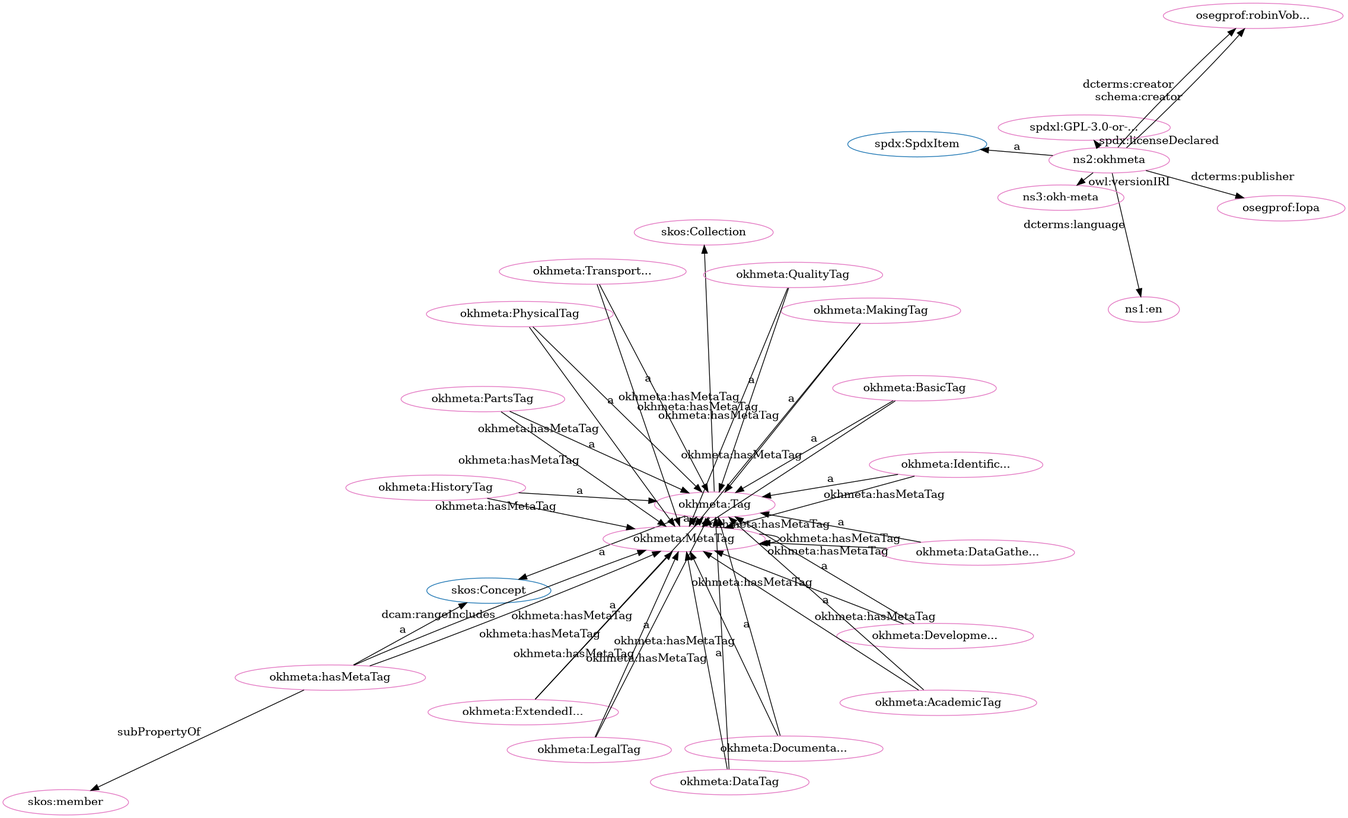
Above: src/spec/fdp_okh-meta-clean.png in iop-alliance/OpenKnowHow (Graphviz), before the change. Its source is kept beside it as src/spec/fdp_okh-meta-clean.dot.
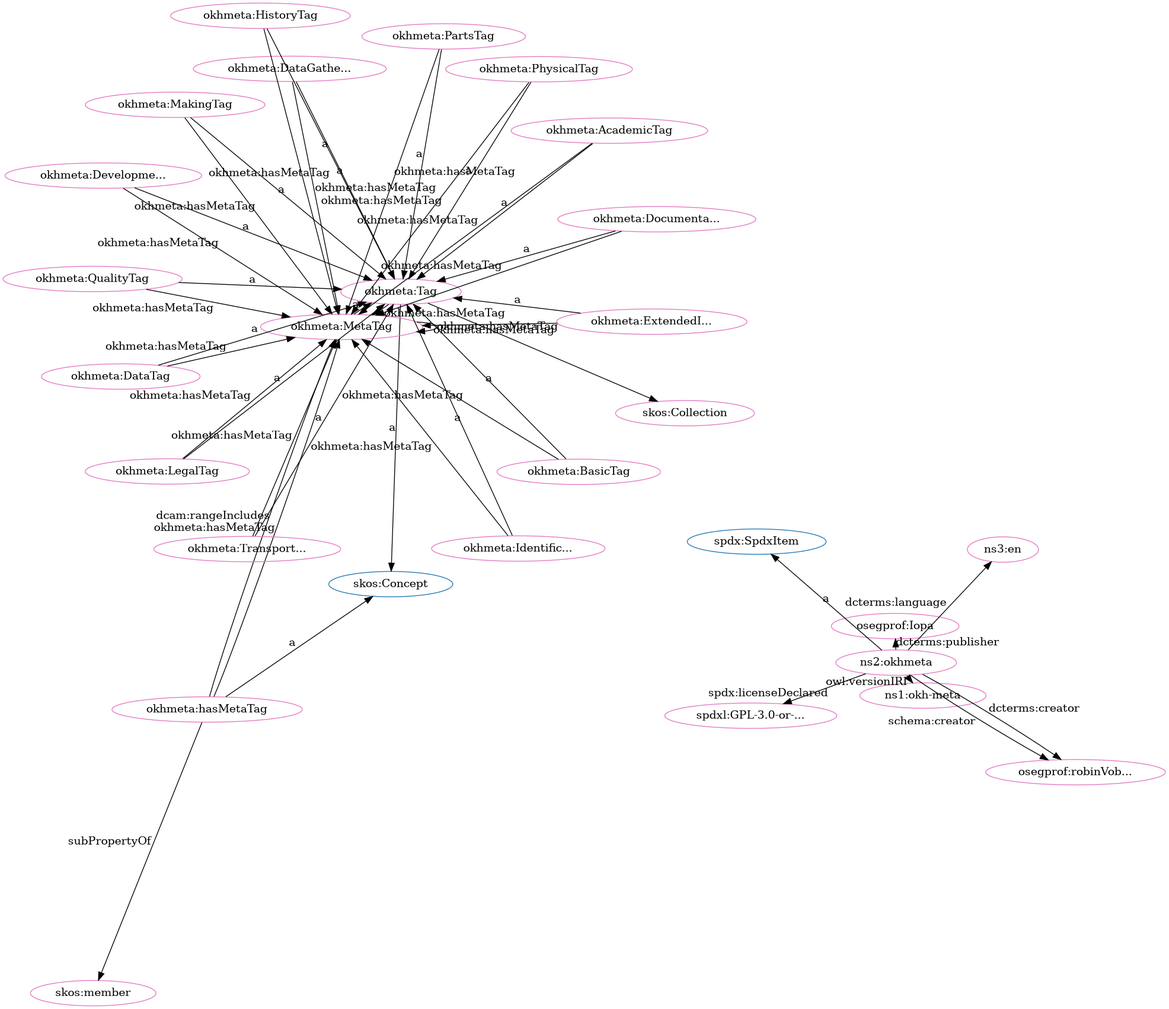
The same file after the commit.

The edit, as a diff of the source:
```diff
@@ -1,80 +1,80 @@
 digraph G {
   rankdir=BT
   node[height=.3]
+"http://spdx.org/rdf/terms#SpdxItem" [fillcolor="#1f77b4" color="#1f77b4" label="spdx:SpdxItem"]
 "http://www.w3.org/2004/02/skos/core#Concept" [fillcolor="#1f77b4" color="#1f77b4" label="skos:Concept"]
-"http://spdx.org/rdf/terms#SpdxItem" [fillcolor="#1f77b4" color="#1f77b4" label="spdx:SpdxItem"]
+"http://www.w3.org/2004/02/skos/core#Collection" [fillcolor="#1f77b4" color="#1f77b4" label="skos:Collection"]
 "http://w3id.org/oseg/ont/okhmeta#Tag" [fillcolor="#1f77b4" color="#1f77b4" label="okhmeta:Tag"]
-"http://www.w3.org/2004/02/skos/core#Collection" [fillcolor="#1f77b4" color="#1f77b4" label="skos:Collection"]
+"http://w3id.org/oseg/ont/okhmeta#MetaTag" [fillcolor="#e377c2" color="#e377c2" label="okhmeta:MetaTag"]
+"http://w3id.org/oseg/ont/okhmeta#MakingTag" [fillcolor="#e377c2" color="#e377c2" label="okhmeta:MakingTag"]
+"http://w3id.org/oseg/ont/okhmeta#DataGatheringTag" [fillcolor="#e377c2" color="#e377c2" label="okhmeta:DataGathe..."]
+"http://w3id.org/oseg/ont/okhmeta#Tag" [fillcolor="#e377c2" color="#e377c2" label="okhmeta:Tag"]
 "http://w3id.org/oseg/ont/okhmeta#IdentificationTag" [fillcolor="#e377c2" color="#e377c2" label="okhmeta:Identific..."]
-"http://w3id.org/oseg/ont/okhmeta#MetaTag" [fillcolor="#e377c2" color="#e377c2" label="okhmeta:MetaTag"]
+"http://w3id.org/oseg/ont/okhmeta#ExtendedInfoTag" [fillcolor="#e377c2" color="#e377c2" label="okhmeta:ExtendedI..."]
+"http://w3id.org/oseg/ont/okhmeta#LegalTag" [fillcolor="#e377c2" color="#e377c2" label="okhmeta:LegalTag"]
+"http://w3id.org/oseg/ont/okhmeta#hasMetaTag" [fillcolor="#e377c2" color="#e377c2" label="okhmeta:hasMetaTag"]
+"http://www.w3.org/2004/02/skos/core#member" [fillcolor="#e377c2" color="#e377c2" label="skos:member"]
+"http://www.w3.org/2004/02/skos/core#Collection" [fillcolor="#e377c2" color="#e377c2" label="skos:Collection"]
+"http://w3id.org/oseg/ont/oseg-profiles#robinVobruba" [fillcolor="#e377c2" color="#e377c2" label="osegprof:robinVob..."]
+"http://w3id.org/oseg/ont/okhmeta#DevelopmentTag" [fillcolor="#e377c2" color="#e377c2" label="okhmeta:Developme..."]
+"http://w3id.org/oseg/ont/okhmeta#AcademicTag" [fillcolor="#e377c2" color="#e377c2" label="okhmeta:AcademicTag"]
+"http://w3id.org/oseg/ont/1.1.0/okh-meta" [fillcolor="#e377c2" color="#e377c2" label="ns1:okh-meta"]
+"http://w3id.org/oseg/ont/oseg-profiles#Iopa" [fillcolor="#e377c2" color="#e377c2" label="osegprof:Iopa"]
 "http://w3id.org/oseg/ont/okhmeta#PhysicalTag" [fillcolor="#e377c2" color="#e377c2" label="okhmeta:PhysicalTag"]
-"http://w3id.org/oseg/ont/okhmeta#hasMetaTag" [fillcolor="#e377c2" color="#e377c2" label="okhmeta:hasMetaTag"]
-"http://w3id.org/oseg/ont/okhmeta#Tag" [fillcolor="#e377c2" color="#e377c2" label="okhmeta:Tag"]
+"http://w3id.org/oseg/ont/okhmeta" [fillcolor="#e377c2" color="#e377c2" label="ns2:okhmeta"]
+"http://w3id.org/oseg/ont/okhmeta#HistoryTag" [fillcolor="#e377c2" color="#e377c2" label="okhmeta:HistoryTag"]
+"http://w3id.org/oseg/ont/okhmeta#BasicTag" [fillcolor="#e377c2" color="#e377c2" label="okhmeta:BasicTag"]
 "http://w3id.org/oseg/ont/okhmeta#DocumentationTag" [fillcolor="#e377c2" color="#e377c2" label="okhmeta:Documenta..."]
-"http://w3id.org/oseg/ont/okhmeta#DevelopmentTag" [fillcolor="#e377c2" color="#e377c2" label="okhmeta:Developme..."]
-"http://www.w3.org/2004/02/skos/core#Collection" [fillcolor="#e377c2" color="#e377c2" label="skos:Collection"]
-"http://w3id.org/oseg/ont/okhmeta#AcademicTag" [fillcolor="#e377c2" color="#e377c2" label="okhmeta:AcademicTag"]
-"http://w3id.org/oseg/ont/okhmeta#DataGatheringTag" [fillcolor="#e377c2" color="#e377c2" label="okhmeta:DataGathe..."]
-"http://id.loc.gov/vocabulary/iso639-1/en" [fillcolor="#e377c2" color="#e377c2" label="ns1:en"]
+"http://id.loc.gov/vocabulary/iso639-1/en" [fillcolor="#e377c2" color="#e377c2" label="ns3:en"]
+"http://w3id.org/oseg/ont/okhmeta#QualityTag" [fillcolor="#e377c2" color="#e377c2" label="okhmeta:QualityTag"]
+"http://w3id.org/oseg/ont/okhmeta#DataTag" [fillcolor="#e377c2" color="#e377c2" label="okhmeta:DataTag"]
+"http://spdx.org/licenses/GPL-3.0-or-later" [fillcolor="#e377c2" color="#e377c2" label="spdxl:GPL-3.0-or-..."]
+"http://w3id.org/oseg/ont/okhmeta#TransportationTag" [fillcolor="#e377c2" color="#e377c2" label="okhmeta:Transport..."]
 "http://w3id.org/oseg/ont/okhmeta#PartsTag" [fillcolor="#e377c2" color="#e377c2" label="okhmeta:PartsTag"]
-"http://w3id.org/oseg/ont/okhmeta" [fillcolor="#e377c2" color="#e377c2" label="ns2:okhmeta"]
-"http://w3id.org/oseg/ont/okhmeta#MakingTag" [fillcolor="#e377c2" color="#e377c2" label="okhmeta:MakingTag"]
-"http://spdx.org/licenses/GPL-3.0-or-later" [fillcolor="#e377c2" color="#e377c2" label="spdxl:GPL-3.0-or-..."]
-"http://w3id.org/oseg/ont/okhmeta#BasicTag" [fillcolor="#e377c2" color="#e377c2" label="okhmeta:BasicTag"]
-"http://w3id.org/oseg/ont/okhmeta#QualityTag" [fillcolor="#e377c2" color="#e377c2" label="okhmeta:QualityTag"]
-"http://w3id.org/oseg/ont/okhmeta#ExtendedInfoTag" [fillcolor="#e377c2" color="#e377c2" label="okhmeta:ExtendedI..."]
-"http://w3id.org/oseg/ont/okhmeta#DataTag" [fillcolor="#e377c2" color="#e377c2" label="okhmeta:DataTag"]
-"http://w3id.org/oseg/ont/oseg-profiles#Iopa" [fillcolor="#e377c2" color="#e377c2" label="osegprof:Iopa"]
-"http://w3id.org/oseg/ont/okhmeta#HistoryTag" [fillcolor="#e377c2" color="#e377c2" label="okhmeta:HistoryTag"]
-"http://w3id.org/oseg/ont/okhmeta#LegalTag" [fillcolor="#e377c2" color="#e377c2" label="okhmeta:LegalTag"]
-"http://w3id.org/oseg/ont/okhmeta#TransportationTag" [fillcolor="#e377c2" color="#e377c2" label="okhmeta:Transport..."]
-"http://w3id.org/oseg/ont/oseg-profiles#robinVobruba" [fillcolor="#e377c2" color="#e377c2" label="osegprof:robinVob..."]
-"http://www.w3.org/2004/02/skos/core#member" [fillcolor="#e377c2" color="#e377c2" label="skos:member"]
-"http://w3id.org/oseg/ont/1.1.0/okh-meta" [fillcolor="#e377c2" color="#e377c2" label="ns3:okh-meta"]
+  "http://w3id.org/oseg/ont/okhmeta#MakingTag" -> "http://w3id.org/oseg/ont/okhmeta#Tag" [label="a"]
+  "http://w3id.org/oseg/ont/okhmeta#DataGatheringTag" -> "http://w3id.org/oseg/ont/okhmeta#Tag" [label="a"]
+  "http://w3id.org/oseg/ont/okhmeta#Tag" -> "http://www.w3.org/2004/02/skos/core#Concept" [label="a"]
+  "http://w3id.org/oseg/ont/okhmeta#ExtendedInfoTag" -> "http://w3id.org/oseg/ont/okhmeta#Tag" [label="a"]
+  "http://w3id.org/oseg/ont/okhmeta#LegalTag" -> "http://w3id.org/oseg/ont/okhmeta#Tag" [label="a"]
+  "http://w3id.org/oseg/ont/okhmeta" -> "http://w3id.org/oseg/ont/oseg-profiles#robinVobruba" [label="dcterms:creator"]
+  "http://w3id.org/oseg/ont/okhmeta#AcademicTag" -> "http://w3id.org/oseg/ont/okhmeta#Tag" [label="a"]
+  "http://w3id.org/oseg/ont/okhmeta#TransportationTag" -> "http://w3id.org/oseg/ont/okhmeta#MetaTag" [label="okhmeta:hasMetaTag"]
+  "http://w3id.org/oseg/ont/okhmeta#PhysicalTag" -> "http://w3id.org/oseg/ont/okhmeta#MetaTag" [label="okhmeta:hasMetaTag"]
+  "http://w3id.org/oseg/ont/okhmeta" -> "http://w3id.org/oseg/ont/1.1.0/okh-meta" [label="owl:versionIRI"]
+  "http://w3id.org/oseg/ont/okhmeta" -> "http://w3id.org/oseg/ont/oseg-profiles#Iopa" [label="dcterms:publisher"]
+  "http://w3id.org/oseg/ont/okhmeta#IdentificationTag" -> "http://w3id.org/oseg/ont/okhmeta#MetaTag" [label="okhmeta:hasMetaTag"]
+  "http://w3id.org/oseg/ont/okhmeta" -> "http://spdx.org/rdf/terms#SpdxItem" [label="a"]
+  "http://w3id.org/oseg/ont/okhmeta#HistoryTag" -> "http://w3id.org/oseg/ont/okhmeta#Tag" [label="a"]
+  "http://w3id.org/oseg/ont/okhmeta#BasicTag" -> "http://w3id.org/oseg/ont/okhmeta#Tag" [label="a"]
+  "http://w3id.org/oseg/ont/okhmeta#AcademicTag" -> "http://w3id.org/oseg/ont/okhmeta#MetaTag" [label="okhmeta:hasMetaTag"]
+  "http://w3id.org/oseg/ont/okhmeta#PartsTag" -> "http://w3id.org/oseg/ont/okhmeta#Tag" [label="a"]
+  "http://w3id.org/oseg/ont/okhmeta#MetaTag" -> "http://w3id.org/oseg/ont/okhmeta#MetaTag" [label="okhmeta:hasMetaTag"]
+  "http://w3id.org/oseg/ont/okhmeta#QualityTag" -> "http://w3id.org/oseg/ont/okhmeta#Tag" [label="a"]
+  "http://w3id.org/oseg/ont/okhmeta#DataTag" -> "http://w3id.org/oseg/ont/okhmeta#MetaTag" [label="okhmeta:hasMetaTag"]
+  "http://w3id.org/oseg/ont/okhmeta" -> "http://spdx.org/licenses/GPL-3.0-or-later" [label="spdx:licenseDeclared"]
+  "http://w3id.org/oseg/ont/okhmeta#TransportationTag" -> "http://w3id.org/oseg/ont/okhmeta#Tag" [label="a"]
+  "http://w3id.org/oseg/ont/okhmeta#DocumentationTag" -> "http://w3id.org/oseg/ont/okhmeta#MetaTag" [label="okhmeta:hasMetaTag"]
+  "http://w3id.org/oseg/ont/okhmeta#ExtendedInfoTag" -> "http://w3id.org/oseg/ont/okhmeta#MetaTag" [label="okhmeta:hasMetaTag"]
+  "http://w3id.org/oseg/ont/okhmeta#HistoryTag" -> "http://w3id.org/oseg/ont/okhmeta#MetaTag" [label="okhmeta:hasMetaTag"]
+  "http://w3id.org/oseg/ont/okhmeta#BasicTag" -> "http://w3id.org/oseg/ont/okhmeta#MetaTag" [label="okhmeta:hasMetaTag"]
   "http://w3id.org/oseg/ont/okhmeta#IdentificationTag" -> "http://w3id.org/oseg/ont/okhmeta#Tag" [label="a"]
+  "http://w3id.org/oseg/ont/okhmeta#hasMetaTag" -> "http://www.w3.org/2004/02/skos/core#member" [label="subPropertyOf"]
+  "http://w3id.org/oseg/ont/okhmeta#hasMetaTag" -> "http://w3id.org/oseg/ont/okhmeta#MetaTag" [label="dcam:rangeIncludes"]
+  "http://w3id.org/oseg/ont/okhmeta#Tag" -> "http://www.w3.org/2004/02/skos/core#Collection" [label=""]
+  "http://w3id.org/oseg/ont/okhmeta#hasMetaTag" -> "http://www.w3.org/2004/02/skos/core#Concept" [label="a"]
+  "http://w3id.org/oseg/ont/okhmeta#DevelopmentTag" -> "http://w3id.org/oseg/ont/okhmeta#Tag" [label="a"]
+  "http://w3id.org/oseg/ont/okhmeta#Tag" -> "http://w3id.org/oseg/ont/okhmeta#MetaTag" [label="okhmeta:hasMetaTag"]
   "http://w3id.org/oseg/ont/okhmeta#MetaTag" -> "http://w3id.org/oseg/ont/okhmeta#Tag" [label="a"]
-  "http://w3id.org/oseg/ont/okhmeta#TransportationTag" -> "http://w3id.org/oseg/ont/okhmeta#MetaTag" [label="okhmeta:hasMetaTag"]
-  "http://w3id.org/oseg/ont/okhmeta#hasMetaTag" -> "http://w3id.org/oseg/ont/okhmeta#MetaTag" [label="dcam:rangeIncludes"]
+  "http://w3id.org/oseg/ont/okhmeta#MakingTag" -> "http://w3id.org/oseg/ont/okhmeta#MetaTag" [label="okhmeta:hasMetaTag"]
+  "http://w3id.org/oseg/ont/okhmeta#DataGatheringTag" -> "http://w3id.org/oseg/ont/okhmeta#MetaTag" [label="okhmeta:hasMetaTag"]
+  "http://w3id.org/oseg/ont/okhmeta#PhysicalTag" -> "http://w3id.org/oseg/ont/okhmeta#Tag" [label="a"]
+  "http://w3id.org/oseg/ont/okhmeta#hasMetaTag" -> "http://w3id.org/oseg/ont/okhmeta#MetaTag" [label="okhmeta:hasMetaTag"]
+  "http://w3id.org/oseg/ont/okhmeta#LegalTag" -> "http://w3id.org/oseg/ont/okhmeta#MetaTag" [label="okhmeta:hasMetaTag"]
+  "http://w3id.org/oseg/ont/okhmeta#DevelopmentTag" -> "http://w3id.org/oseg/ont/okhmeta#MetaTag" [label="okhmeta:hasMetaTag"]
+  "http://w3id.org/oseg/ont/okhmeta" -> "http://id.loc.gov/vocabulary/iso639-1/en" [label="dcterms:language"]
+  "http://w3id.org/oseg/ont/okhmeta#QualityTag" -> "http://w3id.org/oseg/ont/okhmeta#MetaTag" [label="okhmeta:hasMetaTag"]
+  "http://w3id.org/oseg/ont/okhmeta#PartsTag" -> "http://w3id.org/oseg/ont/okhmeta#MetaTag" [label="okhmeta:hasMetaTag"]
+  "http://w3id.org/oseg/ont/okhmeta" -> "http://w3id.org/oseg/ont/oseg-profiles#robinVobruba" [label="schema:creator"]
+  "http://w3id.org/oseg/ont/okhmeta#DataTag" -> "http://w3id.org/oseg/ont/okhmeta#Tag" [label="a"]
   "http://w3id.org/oseg/ont/okhmeta#DocumentationTag" -> "http://w3id.org/oseg/ont/okhmeta#Tag" [label="a"]
-  "http://w3id.org/oseg/ont/okhmeta#LegalTag" -> "http://w3id.org/oseg/ont/okhmeta#MetaTag" [label="okhmeta:hasMetaTag"]
-  "http://w3id.org/oseg/ont/okhmeta" -> "http://id.loc.gov/vocabulary/iso639-1/en" [label="dcterms:language"]
-  "http://w3id.org/oseg/ont/okhmeta#PartsTag" -> "http://w3id.org/oseg/ont/okhmeta#MetaTag" [label="okhmeta:hasMetaTag"]
-  "http://w3id.org/oseg/ont/okhmeta#DataTag" -> "http://w3id.org/oseg/ont/okhmeta#MetaTag" [label="okhmeta:hasMetaTag"]
-  "http://w3id.org/oseg/ont/okhmeta#IdentificationTag" -> "http://w3id.org/oseg/ont/okhmeta#MetaTag" [label="okhmeta:hasMetaTag"]
-  "http://w3id.org/oseg/ont/okhmeta" -> "http://spdx.org/licenses/GPL-3.0-or-later" [label="spdx:licenseDeclared"]
-  "http://w3id.org/oseg/ont/okhmeta#DocumentationTag" -> "http://w3id.org/oseg/ont/okhmeta#MetaTag" [label="okhmeta:hasMetaTag"]
-  "http://w3id.org/oseg/ont/okhmeta#QualityTag" -> "http://w3id.org/oseg/ont/okhmeta#Tag" [label="a"]
-  "http://w3id.org/oseg/ont/okhmeta#ExtendedInfoTag" -> "http://w3id.org/oseg/ont/okhmeta#Tag" [label="a"]
-  "http://w3id.org/oseg/ont/okhmeta#DataTag" -> "http://w3id.org/oseg/ont/okhmeta#Tag" [label="a"]
-  "http://w3id.org/oseg/ont/okhmeta" -> "http://w3id.org/oseg/ont/oseg-profiles#Iopa" [label="dcterms:publisher"]
-  "http://w3id.org/oseg/ont/okhmeta#Tag" -> "http://w3id.org/oseg/ont/okhmeta#MetaTag" [label="okhmeta:hasMetaTag"]
-  "http://w3id.org/oseg/ont/okhmeta#TransportationTag" -> "http://w3id.org/oseg/ont/okhmeta#Tag" [label="a"]
-  "http://w3id.org/oseg/ont/okhmeta" -> "http://spdx.org/rdf/terms#SpdxItem" [label="a"]
-  "http://w3id.org/oseg/ont/okhmeta#QualityTag" -> "http://w3id.org/oseg/ont/okhmeta#MetaTag" [label="okhmeta:hasMetaTag"]
-  "http://w3id.org/oseg/ont/okhmeta#AcademicTag" -> "http://w3id.org/oseg/ont/okhmeta#MetaTag" [label="okhmeta:hasMetaTag"]
-  "http://w3id.org/oseg/ont/okhmeta#PhysicalTag" -> "http://w3id.org/oseg/ont/okhmeta#Tag" [label="a"]
-  "http://w3id.org/oseg/ont/okhmeta#ExtendedInfoTag" -> "http://w3id.org/oseg/ont/okhmeta#MetaTag" [label="okhmeta:hasMetaTag"]
-  "http://w3id.org/oseg/ont/okhmeta#hasMetaTag" -> "http://www.w3.org/2004/02/skos/core#Concept" [label="a"]
-  "http://w3id.org/oseg/ont/okhmeta#Tag" -> "http://www.w3.org/2004/02/skos/core#Concept" [label="a"]
-  "http://w3id.org/oseg/ont/okhmeta#DevelopmentTag" -> "http://w3id.org/oseg/ont/okhmeta#Tag" [label="a"]
-  "http://w3id.org/oseg/ont/okhmeta#Tag" -> "http://www.w3.org/2004/02/skos/core#Collection" [label=""]
-  "http://w3id.org/oseg/ont/okhmeta#AcademicTag" -> "http://w3id.org/oseg/ont/okhmeta#Tag" [label="a"]
-  "http://w3id.org/oseg/ont/okhmeta#DataGatheringTag" -> "http://w3id.org/oseg/ont/okhmeta#Tag" [label="a"]
-  "http://w3id.org/oseg/ont/okhmeta#hasMetaTag" -> "http://w3id.org/oseg/ont/okhmeta#MetaTag" [label="okhmeta:hasMetaTag"]
-  "http://w3id.org/oseg/ont/okhmeta#PhysicalTag" -> "http://w3id.org/oseg/ont/okhmeta#MetaTag" [label="okhmeta:hasMetaTag"]
-  "http://w3id.org/oseg/ont/okhmeta#MakingTag" -> "http://w3id.org/oseg/ont/okhmeta#Tag" [label="a"]
-  "http://w3id.org/oseg/ont/okhmeta#DevelopmentTag" -> "http://w3id.org/oseg/ont/okhmeta#MetaTag" [label="okhmeta:hasMetaTag"]
-  "http://w3id.org/oseg/ont/okhmeta#HistoryTag" -> "http://w3id.org/oseg/ont/okhmeta#MetaTag" [label="okhmeta:hasMetaTag"]
-  "http://w3id.org/oseg/ont/okhmeta#BasicTag" -> "http://w3id.org/oseg/ont/okhmeta#Tag" [label="a"]
-  "http://w3id.org/oseg/ont/okhmeta#DataGatheringTag" -> "http://w3id.org/oseg/ont/okhmeta#MetaTag" [label="okhmeta:hasMetaTag"]
-  "http://w3id.org/oseg/ont/okhmeta#HistoryTag" -> "http://w3id.org/oseg/ont/okhmeta#Tag" [label="a"]
-  "http://w3id.org/oseg/ont/okhmeta#LegalTag" -> "http://w3id.org/oseg/ont/okhmeta#Tag" [label="a"]
-  "http://w3id.org/oseg/ont/okhmeta#MakingTag" -> "http://w3id.org/oseg/ont/okhmeta#MetaTag" [label="okhmeta:hasMetaTag"]
-  "http://w3id.org/oseg/ont/okhmeta" -> "http://w3id.org/oseg/ont/oseg-profiles#robinVobruba" [label="dcterms:creator"]
-  "http://w3id.org/oseg/ont/okhmeta#MetaTag" -> "http://w3id.org/oseg/ont/okhmeta#MetaTag" [label="okhmeta:hasMetaTag"]
-  "http://w3id.org/oseg/ont/okhmeta" -> "http://w3id.org/oseg/ont/oseg-profiles#robinVobruba" [label="schema:creator"]
-  "http://w3id.org/oseg/ont/okhmeta#hasMetaTag" -> "http://www.w3.org/2004/02/skos/core#member" [label="subPropertyOf"]
-  "http://w3id.org/oseg/ont/okhmeta#BasicTag" -> "http://w3id.org/oseg/ont/okhmeta#MetaTag" [label="okhmeta:hasMetaTag"]
-  "http://w3id.org/oseg/ont/okhmeta#PartsTag" -> "http://w3id.org/oseg/ont/okhmeta#Tag" [label="a"]
-  "http://w3id.org/oseg/ont/okhmeta" -> "http://w3id.org/oseg/ont/1.1.0/okh-meta" [label="owl:versionIRI"]
 }
```
